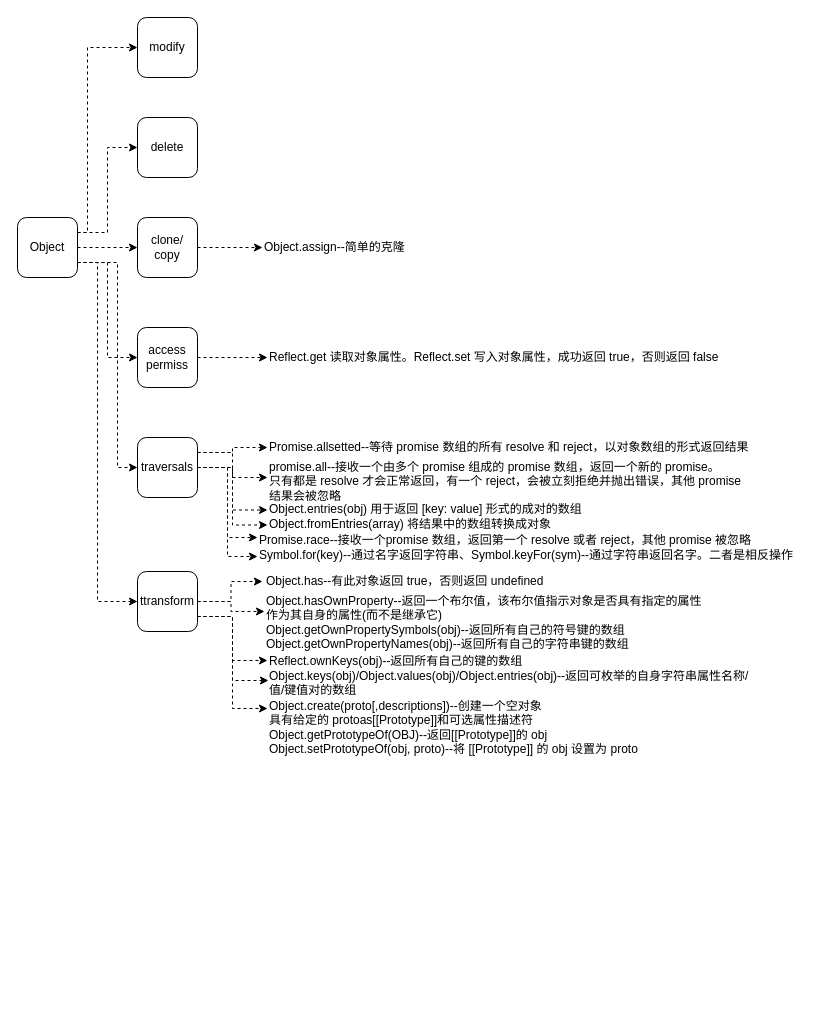
This is page "Object" (2 of 4) of background-flutter/JS难点/Func/Arr/Obj.drawio from hexipei/draw.io, a draw.io file, before an edit. Source tidied: cells renumbered, new cells numbered last; positions are measured from the earlier drawing's top-left corner, leaving out a move shared by most shapes. Both pictures are drawn from the tidied source at 100%, with x=0, y=0 at pixel (17, 17).
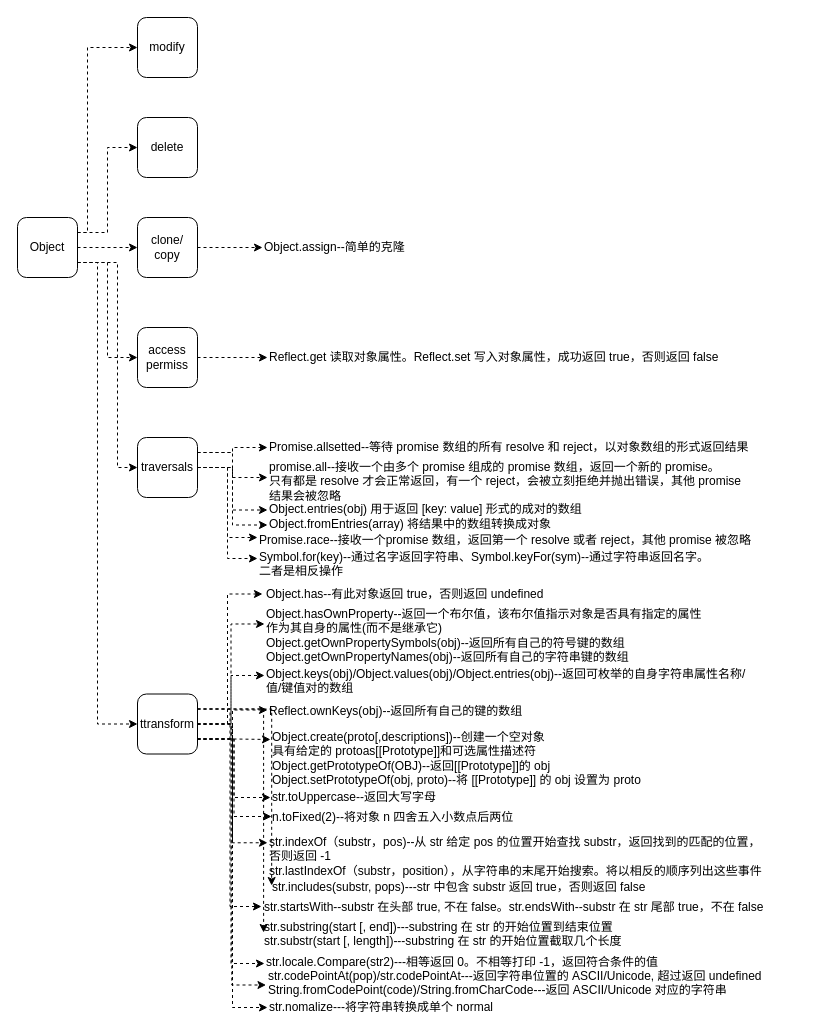
The same diagram, later.

The change refers to these unchanged cells:
```xml
<mxCell id="8" value="Object" style="rounded=1;whiteSpace=wrap;html=1;" parent="1" vertex="1">
  <mxGeometry y="200" width="60" height="60" as="geometry" />
</mxCell>
```

Change to the diagram source:
```diff
@@
     <mxCell id="7" style="edgeStyle=orthogonalEdgeStyle;rounded=0;jettySize=auto;html=1;exitX=1;exitY=0.75;exitDx=0;exitDy=0;entryX=0;entryY=0.5;entryDx=0;entryDy=0;dashed=1;" parent="1" edge="1" source="8" target="28">
       <mxGeometry relative="1" as="geometry">
         <Array as="points">
           <mxPoint x="80" y="245" />
-          <mxPoint x="80" y="584" />
+          <mxPoint x="80" y="707" />
         </Array>
       </mxGeometry>
     </mxCell>
@@
     <mxCell id="23" style="edgeStyle=orthogonalEdgeStyle;rounded=0;jettySize=auto;html=1;exitX=1;exitY=0.5;exitDx=0;exitDy=0;entryX=-0.007;entryY=0.5;entryDx=0;entryDy=0;entryPerimeter=0;dashed=1;" parent="1" edge="1" source="28" target="31">
-      <mxGeometry relative="1" as="geometry" />
+      <mxGeometry relative="1" as="geometry">
+        <Array as="points">
+          <mxPoint x="210" y="707" />
+          <mxPoint x="210" y="577" />
+        </Array>
+      </mxGeometry>
     </mxCell>
@@
+    <mxCell id="41" style="edgeStyle=orthogonalEdgeStyle;rounded=0;jettySize=auto;html=1;exitX=1;exitY=0.75;exitDx=0;exitDy=0;entryX=0;entryY=0.5;entryDx=0;entryDy=0;entryPerimeter=0;dashed=1;" parent="1" edge="1" source="28" target="50">
+      <mxGeometry relative="1" as="geometry" />
+    </mxCell>
+    <mxCell id="42" style="edgeStyle=orthogonalEdgeStyle;rounded=0;jettySize=auto;html=1;exitX=1;exitY=0.75;exitDx=0;exitDy=0;entryX=0.004;entryY=0.45;entryDx=0;entryDy=0;entryPerimeter=0;dashed=1;" parent="1" edge="1" source="28" target="51">
+      <mxGeometry relative="1" as="geometry" />
+    </mxCell>
-    <mxCell id="27" style="edgeStyle=orthogonalEdgeStyle;rounded=0;jettySize=auto;html=1;exitX=1;exitY=0.75;exitDx=0;exitDy=0;entryX=0.002;entryY=0.467;entryDx=0;entryDy=0;entryPerimeter=0;dashed=1;" parent="1" edge="1" source="28" target="34">
+    <mxCell id="27" style="edgeStyle=orthogonalEdgeStyle;rounded=0;jettySize=auto;html=1;exitX=1;exitY=0.75;exitDx=0;exitDy=0;entryX=0;entryY=0.383;entryDx=0;entryDy=0;entryPerimeter=0;dashed=1;" parent="1" edge="1" source="28" target="34">
       <mxGeometry relative="1" as="geometry" />
     </mxCell>
+    <mxCell id="43" style="edgeStyle=orthogonalEdgeStyle;rounded=0;jettySize=auto;html=1;exitX=1;exitY=0.75;exitDx=0;exitDy=0;entryX=0;entryY=0.25;entryDx=0;entryDy=0;dashed=1;" parent="1" edge="1" source="28" target="52">
+      <mxGeometry relative="1" as="geometry" />
+    </mxCell>
+    <mxCell id="44" style="edgeStyle=orthogonalEdgeStyle;rounded=0;jettySize=auto;html=1;exitX=1;exitY=0.25;exitDx=0;exitDy=0;entryX=0.003;entryY=0.425;entryDx=0;entryDy=0;entryPerimeter=0;dashed=1;" parent="1" edge="1" source="28" target="53">
+      <mxGeometry relative="1" as="geometry" />
+    </mxCell>
+    <mxCell id="45" style="edgeStyle=orthogonalEdgeStyle;rounded=0;jettySize=auto;html=1;exitX=1;exitY=0.25;exitDx=0;exitDy=0;entryX=-0.002;entryY=0.475;entryDx=0;entryDy=0;entryPerimeter=0;dashed=1;" parent="1" edge="1" source="28" target="54">
+      <mxGeometry relative="1" as="geometry" />
+    </mxCell>
+    <mxCell id="46" style="edgeStyle=orthogonalEdgeStyle;rounded=0;jettySize=auto;html=1;exitX=1;exitY=0.25;exitDx=0;exitDy=0;entryX=0.003;entryY=0.517;entryDx=0;entryDy=0;entryPerimeter=0;dashed=1;" parent="1" edge="1" source="28" target="55">
+      <mxGeometry relative="1" as="geometry" />
+    </mxCell>
+    <mxCell id="47" style="edgeStyle=orthogonalEdgeStyle;rounded=0;jettySize=auto;html=1;exitX=1;exitY=0.5;exitDx=0;exitDy=0;entryX=0;entryY=0.55;entryDx=0;entryDy=0;entryPerimeter=0;dashed=1;" parent="1" edge="1" source="28" target="56">
+      <mxGeometry relative="1" as="geometry" />
+    </mxCell>
+    <mxCell id="48" style="edgeStyle=orthogonalEdgeStyle;rounded=0;jettySize=auto;html=1;exitX=1;exitY=0.5;exitDx=0;exitDy=0;entryX=0;entryY=0.75;entryDx=0;entryDy=0;dashed=1;" parent="1" edge="1" source="28" target="57">
+      <mxGeometry relative="1" as="geometry" />
+    </mxCell>
+    <mxCell id="49" style="edgeStyle=orthogonalEdgeStyle;rounded=0;jettySize=auto;html=1;exitX=1;exitY=0.5;exitDx=0;exitDy=0;entryX=0;entryY=0.5;entryDx=0;entryDy=0;entryPerimeter=0;dashed=1;" parent="1" edge="1" source="28" target="58">
+      <mxGeometry relative="1" as="geometry" />
+    </mxCell>
     <mxCell id="28" value="ttransform" style="rounded=1;whiteSpace=wrap;html=1;" parent="1" vertex="1">
-      <mxGeometry x="120" y="554" width="60" height="60" as="geometry" />
+      <mxGeometry x="120" y="676.5" width="60" height="60" as="geometry" />
     </mxCell>
@@
     <mxCell id="31" value="Object.has--有此对象返回 true，否则返回 undefined" style="text;html=1;points=[];align=left;verticalAlign=top;spacingTop=-4;" parent="1" vertex="1">
-      <mxGeometry x="247" y="554" width="290" height="20" as="geometry" />
+      <mxGeometry x="247" y="566.5" width="290" height="20" as="geometry" />
     </mxCell>
     <mxCell id="32" value="Object.hasOwnProperty--返回一个布尔值，该布尔值指示对象是否具有指定的属性&lt;br&gt;作为其自身的属性(而不是继承它)&lt;br&gt;Object.getOwnPropertySymbols(obj)--返回所有自己的符号键的数组&lt;br&gt;Object.getOwnPropertyNames(obj)--返回所有自己的字符串键的数组" style="text;html=1;points=[];align=left;verticalAlign=top;spacingTop=-4;" parent="1" vertex="1">
-      <mxGeometry x="247" y="574" width="450" height="60" as="geometry" />
+      <mxGeometry x="247" y="586.5" width="450" height="60" as="geometry" />
     </mxCell>
     <mxCell id="33" value="Object.create(proto[,descriptions])--创建一个空对象&lt;br&gt;具有给定的 protoas[[Prototype]]和可选属性描述符&lt;br&gt;Object.getPrototypeOf(OBJ)--返回[[Prototype]]的 obj&lt;br&gt;Object.setPrototypeOf(obj, proto)--将 [[Prototype]] 的 obj 设置为 proto" style="text;html=1;points=[];align=left;verticalAlign=top;spacingTop=-4;" parent="1" vertex="1">
-      <mxGeometry x="250" y="679" width="380" height="60" as="geometry" />
+      <mxGeometry x="253" y="710" width="380" height="60" as="geometry" />
     </mxCell>
     <mxCell id="34" value="Object.keys(obj)/Object.values(obj)/Object.entries(obj)--返回可枚举的自身字符串属性名称/&lt;br&gt;值/键值对的数组&lt;br&gt;" style="text;html=1;points=[];align=left;verticalAlign=top;spacingTop=-4;" parent="1" vertex="1">
-      <mxGeometry x="250" y="649" width="490" height="30" as="geometry" />
+      <mxGeometry x="247" y="646.5" width="490" height="30" as="geometry" />
     </mxCell>
     <mxCell id="35" value="Reflect.ownKeys(obj)--返回所有自己的键的数组" style="text;html=1;points=[];align=left;verticalAlign=top;spacingTop=-4;" parent="1" vertex="1">
-      <mxGeometry x="250" y="634" width="270" height="20" as="geometry" />
+      <mxGeometry x="250" y="683.5" width="270" height="20" as="geometry" />
     </mxCell>
@@
-    <mxCell id="40" value="Symbol.for(key)--通过名字返回字符串、Symbol.keyFor(sym)--通过字符串返回名字。二者是相反操作" style="text;html=1;" parent="1" vertex="1">
-      <mxGeometry x="240" y="524" width="560" height="30" as="geometry" />
+    <mxCell id="40" value="Symbol.for(key)--通过名字返回字符串、Symbol.keyFor(sym)--通过字符串返回名字。&lt;br&gt;二者是相反操作" style="text;html=1;" parent="1" vertex="1">
+      <mxGeometry x="240" y="526" width="510" height="30" as="geometry" />
     </mxCell>
+    <mxCell id="50" value="str.toUppercase--返回大写字母" style="text;html=1;points=[];align=left;verticalAlign=top;spacingTop=-4;" parent="1" vertex="1">
+      <mxGeometry x="253" y="770" width="180" height="20" as="geometry" />
+    </mxCell>
+    <mxCell id="51" value="n.toFixed(2)--将对象 n 四舍五入小数点后两位" style="text;html=1;points=[];align=left;verticalAlign=top;spacingTop=-4;" parent="1" vertex="1">
+      <mxGeometry x="253" y="790" width="260" height="20" as="geometry" />
+    </mxCell>
+    <mxCell id="52" value="str.indexOf（substr，pos)--从 str 给定 pos 的位置开始查找&amp;nbsp;substr，返回找到的匹配的位置，&lt;br&gt;否则返回 -1&lt;br&gt;str.lastIndexOf（substr，position），从字符串的末尾开始搜索。将以相反的顺序列出这些事件" style="text;html=1;" parent="1" vertex="1">
+      <mxGeometry x="250" y="810.5" width="503" height="59" as="geometry" />
+    </mxCell>
+    <mxCell id="53" value="str.includes(substr, pops)---str 中包含 substr 返回 true，否则返回 false" style="text;html=1;points=[];align=left;verticalAlign=top;spacingTop=-4;" parent="1" vertex="1">
+      <mxGeometry x="253" y="859.5" width="390" height="20" as="geometry" />
+    </mxCell>
+    <mxCell id="54" value="str.startsWith--substr 在头部 true, 不在 false。str.endsWith--substr 在 str 尾部 true，不在 false" style="text;html=1;points=[];align=left;verticalAlign=top;spacingTop=-4;" parent="1" vertex="1">
+      <mxGeometry x="245" y="879.5" width="510" height="20" as="geometry" />
+    </mxCell>
+    <mxCell id="55" value="str.substring(start [, end])---substring 在 str 的开始位置到结束位置&lt;br&gt;str.substr(start [, length])---substring 在 str 的开始位置截取几个长度" style="text;html=1;points=[];align=left;verticalAlign=top;spacingTop=-4;" parent="1" vertex="1">
+      <mxGeometry x="245" y="899.5" width="370" height="30" as="geometry" />
+    </mxCell>
+    <mxCell id="56" value="str.locale.Compare(str2)---相等返回 0。不相等打印 -1，返回符合条件的值" style="text;html=1;points=[];align=left;verticalAlign=top;spacingTop=-4;" parent="1" vertex="1">
+      <mxGeometry x="247" y="935" width="410" height="20" as="geometry" />
+    </mxCell>
+    <mxCell id="57" value="str.codePointAt(pop)/str.codePointAt---返回字符串位置的 ASCII/Unicode, 超过返回 undefined&lt;br&gt;String.fromCodePoint(code)/String.fromCharCode---返回&amp;nbsp;ASCII/Unicode 对应的字符串" style="text;html=1;" parent="1" vertex="1">
+      <mxGeometry x="248.5" y="945" width="503" height="30" as="geometry" />
+    </mxCell>
+    <mxCell id="58" value="str.nomalize---将字符串转换成单个 normal" style="text;html=1;points=[];align=left;verticalAlign=top;spacingTop=-4;" parent="1" vertex="1">
+      <mxGeometry x="250" y="980" width="240" height="20" as="geometry" />
+    </mxCell>
```
